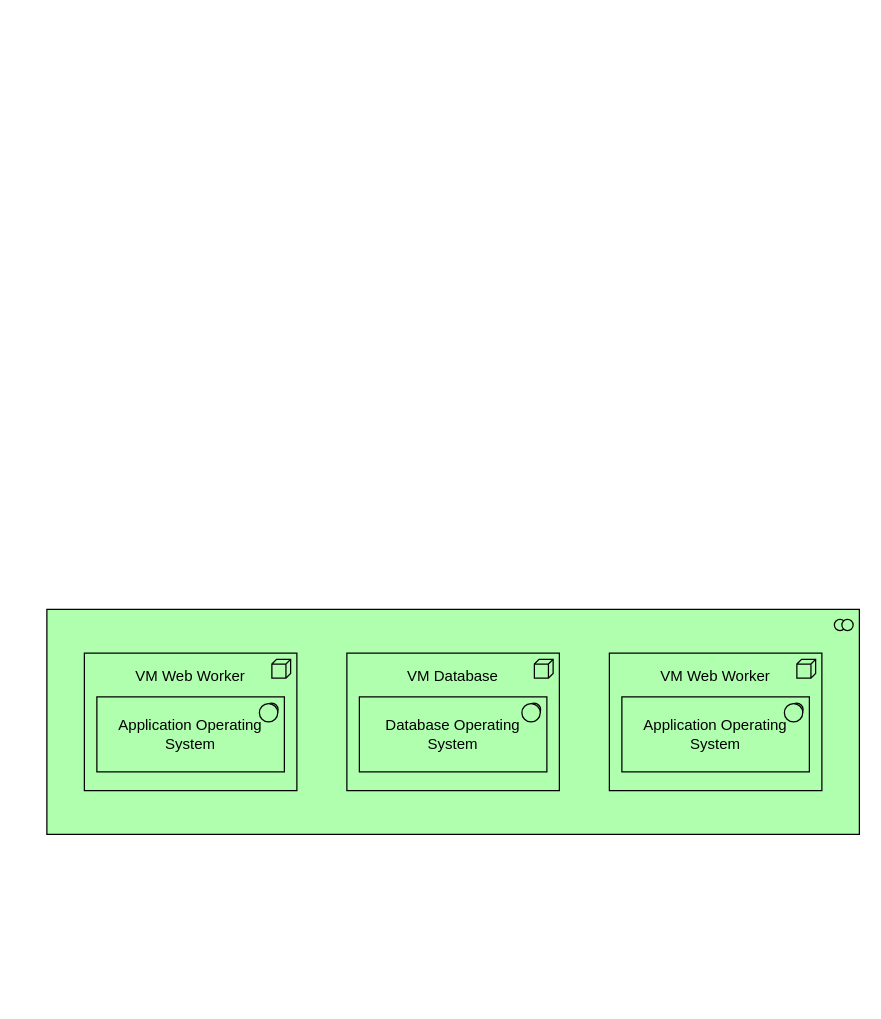
Above: input/l2/Thesis ADR.drawio in hi-dinanti/anc-ig-pwskia (draw.io), before the change. Source tidied: cells renumbered, new cells numbered last; positions are measured from the earlier drawing's top-left corner, leaving out a move shared by most shapes. Both pictures are drawn from the tidied source at 125%, with x=0, y=0 at pixel (46, 609).
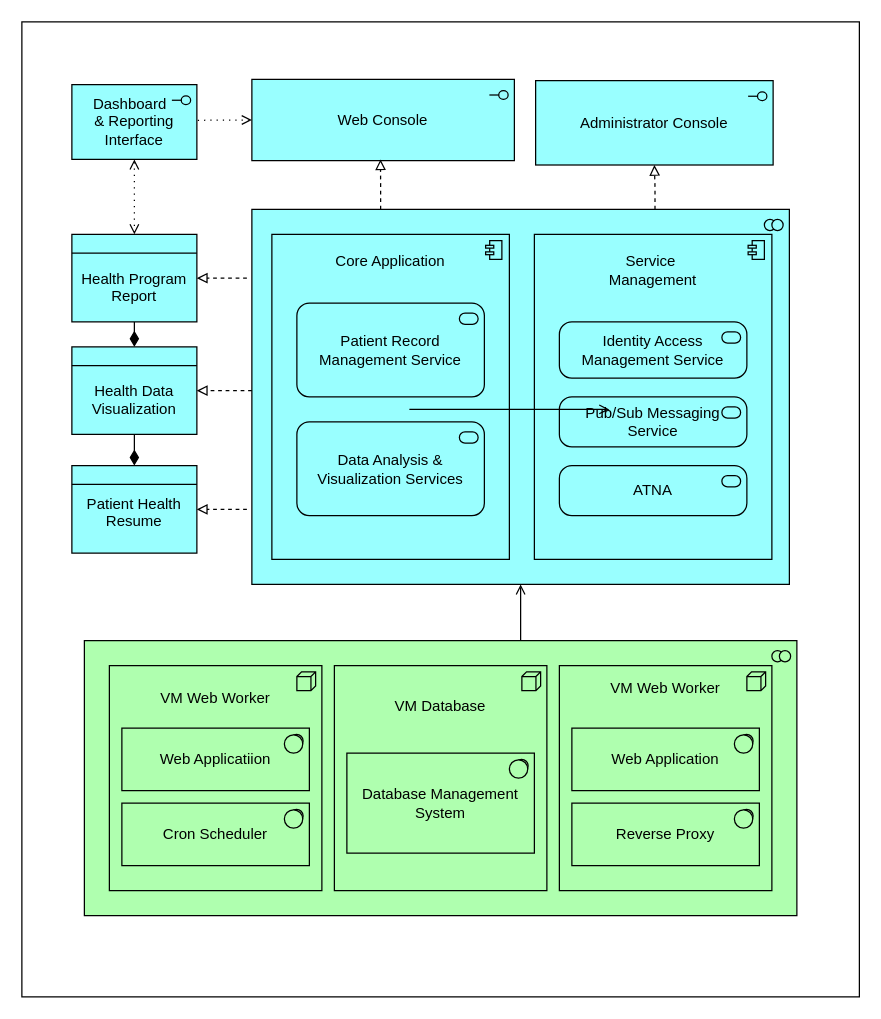
The same diagram, later.

Commit message:
archimate backup

Diff of the diagram source:
```diff
@@
+    <mxCell id="9" style="rounded=0;whiteSpace=wrap;html=1;" parent="1" vertex="1">
+      <mxGeometry x="-20" y="-470" width="670" height="780" as="geometry" />
+    </mxCell>
+    <mxCell id="10" style="html=1;outlineConnect=0;whiteSpace=wrap;fillColor=#99ffff;shape=mxgraph.archimate3.application;appType=collab;archiType=square;" parent="1" vertex="1">
+      <mxGeometry x="164" y="-320" width="430" height="300" as="geometry" />
+    </mxCell>
+    <mxCell id="11" value="Core Application&lt;div&gt;&lt;br&gt;&lt;/div&gt;&lt;div&gt;&lt;br&gt;&lt;/div&gt;&lt;div&gt;&lt;br&gt;&lt;/div&gt;&lt;div&gt;&lt;br&gt;&lt;/div&gt;&lt;div&gt;&lt;br&gt;&lt;/div&gt;&lt;div&gt;&lt;br&gt;&lt;/div&gt;&lt;div&gt;&lt;br&gt;&lt;/div&gt;&lt;div&gt;&lt;br&gt;&lt;/div&gt;&lt;div&gt;&lt;br&gt;&lt;/div&gt;&lt;div&gt;&lt;br&gt;&lt;/div&gt;&lt;div&gt;&lt;br&gt;&lt;/div&gt;&lt;div&gt;&lt;br&gt;&lt;/div&gt;&lt;div&gt;&lt;br&gt;&lt;/div&gt;&lt;div&gt;&lt;br&gt;&lt;/div&gt;&lt;div&gt;&lt;br&gt;&lt;/div&gt;" style="html=1;whiteSpace=wrap;fillColor=#99ffff;shape=mxgraph.archimate3.application;appType=comp;archiType=square;" parent="1" vertex="1">
+      <mxGeometry x="180" y="-300" width="190" height="260" as="geometry" />
+    </mxCell>
+    <mxCell id="12" value="Service&amp;nbsp;&lt;div&gt;Management&lt;div&gt;&lt;br&gt;&lt;/div&gt;&lt;div&gt;&lt;br&gt;&lt;/div&gt;&lt;div&gt;&lt;br&gt;&lt;/div&gt;&lt;div&gt;&lt;br&gt;&lt;/div&gt;&lt;div&gt;&lt;br&gt;&lt;/div&gt;&lt;div&gt;&lt;br&gt;&lt;/div&gt;&lt;div&gt;&lt;br&gt;&lt;div&gt;&lt;br&gt;&lt;/div&gt;&lt;div&gt;&lt;br&gt;&lt;/div&gt;&lt;div&gt;&lt;br&gt;&lt;/div&gt;&lt;/div&gt;&lt;/div&gt;&lt;div&gt;&lt;br&gt;&lt;/div&gt;&lt;div&gt;&lt;br&gt;&lt;/div&gt;&lt;div&gt;&lt;br&gt;&lt;/div&gt;&lt;div&gt;&lt;br&gt;&lt;/div&gt;" style="html=1;whiteSpace=wrap;fillColor=#99ffff;shape=mxgraph.archimate3.application;appType=comp;archiType=square;" parent="1" vertex="1">
+      <mxGeometry x="390" y="-300" width="190" height="260" as="geometry" />
+    </mxCell>
     <mxCell id="2" style="html=1;whiteSpace=wrap;fillColor=#AFFFAF;shape=mxgraph.archimate3.application;appType=collab;archiType=square;" parent="1" vertex="1">
-      <mxGeometry width="650" height="180" as="geometry" />
+      <mxGeometry x="30" y="25" width="570" height="220" as="geometry" />
     </mxCell>
-    <mxCell id="3" value="VM Web Worker&lt;div&gt;&lt;br&gt;&lt;/div&gt;&lt;div&gt;&lt;br&gt;&lt;/div&gt;&lt;div&gt;&lt;br&gt;&lt;/div&gt;&lt;div&gt;&lt;br&gt;&lt;/div&gt;&lt;div&gt;&lt;br&gt;&lt;/div&gt;" style="html=1;whiteSpace=wrap;fillColor=#AFFFAF;shape=mxgraph.archimate3.application;appType=node;archiType=square;" parent="1" vertex="1">
-      <mxGeometry x="30" y="35" width="170" height="110" as="geometry" />
+    <mxCell id="3" value="VM Web Worker&lt;div&gt;&lt;br&gt;&lt;/div&gt;&lt;div&gt;&lt;br&gt;&lt;/div&gt;&lt;div&gt;&lt;br&gt;&lt;div&gt;&lt;br&gt;&lt;/div&gt;&lt;div&gt;&lt;br&gt;&lt;/div&gt;&lt;div&gt;&lt;br&gt;&lt;/div&gt;&lt;div&gt;&lt;br&gt;&lt;/div&gt;&lt;div&gt;&lt;br&gt;&lt;/div&gt;&lt;div&gt;&lt;br&gt;&lt;/div&gt;&lt;/div&gt;" style="html=1;whiteSpace=wrap;fillColor=#AFFFAF;shape=mxgraph.archimate3.application;appType=node;archiType=square;" parent="1" vertex="1">
+      <mxGeometry x="50" y="45" width="170" height="180" as="geometry" />
     </mxCell>
-    <mxCell id="4" value="VM Database&lt;div&gt;&lt;br&gt;&lt;/div&gt;&lt;div&gt;&lt;br&gt;&lt;/div&gt;&lt;div&gt;&lt;br&gt;&lt;/div&gt;&lt;div&gt;&lt;br&gt;&lt;/div&gt;&lt;div&gt;&lt;br&gt;&lt;/div&gt;" style="html=1;whiteSpace=wrap;fillColor=#AFFFAF;shape=mxgraph.archimate3.application;appType=node;archiType=square;" parent="1" vertex="1">
-      <mxGeometry x="240" y="35" width="170" height="110" as="geometry" />
+    <mxCell id="4" value="VM Database&lt;div&gt;&lt;br&gt;&lt;/div&gt;&lt;div&gt;&lt;br&gt;&lt;/div&gt;&lt;div&gt;&lt;br&gt;&lt;div&gt;&lt;br&gt;&lt;/div&gt;&lt;div&gt;&lt;br&gt;&lt;/div&gt;&lt;div&gt;&lt;br&gt;&lt;/div&gt;&lt;div&gt;&lt;br&gt;&lt;/div&gt;&lt;div&gt;&lt;br&gt;&lt;/div&gt;&lt;/div&gt;" style="html=1;whiteSpace=wrap;fillColor=#AFFFAF;shape=mxgraph.archimate3.application;appType=node;archiType=square;" parent="1" vertex="1">
+      <mxGeometry x="230" y="45" width="170" height="180" as="geometry" />
     </mxCell>
-    <mxCell id="5" value="VM Web Worker&lt;div&gt;&lt;br&gt;&lt;/div&gt;&lt;div&gt;&lt;br&gt;&lt;/div&gt;&lt;div&gt;&lt;br&gt;&lt;/div&gt;&lt;div&gt;&lt;br&gt;&lt;/div&gt;&lt;div&gt;&lt;br&gt;&lt;/div&gt;" style="html=1;whiteSpace=wrap;fillColor=#AFFFAF;shape=mxgraph.archimate3.application;appType=node;archiType=square;" parent="1" vertex="1">
-      <mxGeometry x="450" y="35" width="170" height="110" as="geometry" />
+    <mxCell id="5" value="VM Web Worker&lt;div&gt;&lt;br&gt;&lt;/div&gt;&lt;div&gt;&lt;br&gt;&lt;div&gt;&lt;br&gt;&lt;/div&gt;&lt;div&gt;&lt;br&gt;&lt;/div&gt;&lt;div&gt;&lt;br&gt;&lt;div&gt;&lt;br&gt;&lt;/div&gt;&lt;div&gt;&lt;br&gt;&lt;/div&gt;&lt;div&gt;&lt;br&gt;&lt;/div&gt;&lt;div&gt;&lt;br&gt;&lt;/div&gt;&lt;div&gt;&lt;br&gt;&lt;/div&gt;&lt;/div&gt;&lt;/div&gt;" style="html=1;whiteSpace=wrap;fillColor=#AFFFAF;shape=mxgraph.archimate3.application;appType=node;archiType=square;" parent="1" vertex="1">
+      <mxGeometry x="410" y="45" width="170" height="180" as="geometry" />
     </mxCell>
-    <mxCell id="6" value="Application Operating System" style="html=1;whiteSpace=wrap;fillColor=#AFFFAF;shape=mxgraph.archimate3.application;appType=sysSw;archiType=square;" parent="1" vertex="1">
-      <mxGeometry x="40" y="70" width="150" height="60" as="geometry" />
+    <mxCell id="6" value="Web Applicatiion" style="html=1;whiteSpace=wrap;fillColor=#AFFFAF;shape=mxgraph.archimate3.application;appType=sysSw;archiType=square;" parent="1" vertex="1">
+      <mxGeometry x="60" y="95" width="150" height="50" as="geometry" />
     </mxCell>
-    <mxCell id="7" value="Application Operating System" style="html=1;whiteSpace=wrap;fillColor=#AFFFAF;shape=mxgraph.archimate3.application;appType=sysSw;archiType=square;" parent="1" vertex="1">
-      <mxGeometry x="460" y="70" width="150" height="60" as="geometry" />
+    <mxCell id="7" value="Web Application" style="html=1;whiteSpace=wrap;fillColor=#AFFFAF;shape=mxgraph.archimate3.application;appType=sysSw;archiType=square;" parent="1" vertex="1">
+      <mxGeometry x="420" y="95" width="150" height="50" as="geometry" />
     </mxCell>
-    <mxCell id="8" value="Database Operating System" style="html=1;whiteSpace=wrap;fillColor=#AFFFAF;shape=mxgraph.archimate3.application;appType=sysSw;archiType=square;" parent="1" vertex="1">
-      <mxGeometry x="250" y="70" width="150" height="60" as="geometry" />
+    <mxCell id="8" value="Database Management System" style="html=1;whiteSpace=wrap;fillColor=#AFFFAF;shape=mxgraph.archimate3.application;appType=sysSw;archiType=square;" parent="1" vertex="1">
+      <mxGeometry x="240" y="115" width="150" height="80" as="geometry" />
     </mxCell>
+    <mxCell id="13" value="Reverse Proxy" style="html=1;whiteSpace=wrap;fillColor=#AFFFAF;shape=mxgraph.archimate3.application;appType=sysSw;archiType=square;" parent="1" vertex="1">
+      <mxGeometry x="420" y="155" width="150" height="50" as="geometry" />
+    </mxCell>
+    <mxCell id="14" value="Cron Scheduler" style="html=1;whiteSpace=wrap;fillColor=#AFFFAF;shape=mxgraph.archimate3.application;appType=sysSw;archiType=square;" parent="1" vertex="1">
+      <mxGeometry x="60" y="155" width="150" height="50" as="geometry" />
+    </mxCell>
+    <mxCell id="15" value="Web Console" style="html=1;outlineConnect=0;whiteSpace=wrap;fillColor=#99ffff;shape=mxgraph.archimate3.application;appType=interface;archiType=square;" parent="1" vertex="1">
+      <mxGeometry x="164" y="-424" width="210" height="65" as="geometry" />
+    </mxCell>
+    <mxCell id="16" value="Identity Access Management Service" style="html=1;whiteSpace=wrap;fillColor=#99ffff;shape=mxgraph.archimate3.application;appType=serv;archiType=rounded;" parent="1" vertex="1">
+      <mxGeometry x="410" y="-230" width="150" height="45" as="geometry" />
+    </mxCell>
+    <mxCell id="17" value="Pub/Sub Messaging Service" style="html=1;outlineConnect=0;whiteSpace=wrap;fillColor=#99ffff;shape=mxgraph.archimate3.application;appType=serv;archiType=rounded;" parent="1" vertex="1">
+      <mxGeometry x="410" y="-170" width="150" height="40" as="geometry" />
+    </mxCell>
+    <mxCell id="18" value="Patient Record Management Service" style="html=1;whiteSpace=wrap;fillColor=#99ffff;shape=mxgraph.archimate3.application;appType=serv;archiType=rounded;" parent="1" vertex="1">
+      <mxGeometry x="200" y="-245" width="150" height="75" as="geometry" />
+    </mxCell>
+    <mxCell id="19" value="&lt;table cellpadding=&quot;0&quot; cellspacing=&quot;0&quot; style=&quot;font-size:1em;width:100%;height:100%;&quot;&gt;&lt;tbody&gt;&lt;tr style=&quot;height:20px;&quot;&gt;&lt;td align=&quot;center&quot;&gt;&lt;/td&gt;&lt;/tr&gt;&lt;tr&gt;&lt;td valign=&quot;top&quot; style=&quot;padding:4px;&quot;&gt;Patient Health Resume&lt;/td&gt;&lt;/tr&gt;&lt;/tbody&gt;&lt;/table&gt;" style="html=1;outlineConnect=0;whiteSpace=wrap;fillColor=#99ffff;shape=mxgraph.archimate3.businessObject;overflow=fill;" parent="1" vertex="1">
+      <mxGeometry x="20" y="-115" width="100" height="70" as="geometry" />
+    </mxCell>
+    <mxCell id="20" value="&lt;br&gt;&lt;div&gt;&lt;br&gt;&lt;/div&gt;&lt;div&gt;Health Data Visualization&lt;/div&gt;" style="html=1;outlineConnect=0;whiteSpace=wrap;fillColor=#99ffff;shape=mxgraph.archimate3.businessObject;overflow=fill;" parent="1" vertex="1">
+      <mxGeometry x="20" y="-210" width="100" height="70" as="geometry" />
+    </mxCell>
+    <mxCell id="21" value="Data Analysis &amp;amp; Visualization Services" style="html=1;whiteSpace=wrap;fillColor=#99ffff;shape=mxgraph.archimate3.application;appType=serv;archiType=rounded;" parent="1" vertex="1">
+      <mxGeometry x="200" y="-150" width="150" height="75" as="geometry" />
+    </mxCell>
+    <mxCell id="22" value="&lt;div&gt;&lt;br&gt;&lt;/div&gt;&lt;div&gt;&lt;br&gt;&lt;/div&gt;&lt;div&gt;Health Program Report&lt;/div&gt;" style="html=1;outlineConnect=0;whiteSpace=wrap;fillColor=#99ffff;shape=mxgraph.archimate3.businessObject;overflow=fill;" parent="1" vertex="1">
+      <mxGeometry x="20" y="-300" width="100" height="70" as="geometry" />
+    </mxCell>
+    <mxCell id="23" value="ATNA" style="html=1;whiteSpace=wrap;fillColor=#99ffff;shape=mxgraph.archimate3.application;appType=serv;archiType=rounded;" parent="1" vertex="1">
+      <mxGeometry x="410" y="-115" width="150" height="40" as="geometry" />
+    </mxCell>
+    <mxCell id="24" value="Administrator Console" style="html=1;outlineConnect=0;whiteSpace=wrap;fillColor=#99ffff;shape=mxgraph.archimate3.application;appType=interface;archiType=square;" parent="1" vertex="1">
+      <mxGeometry x="391" y="-423" width="190" height="67.5" as="geometry" />
+    </mxCell>
+    <mxCell id="25" style="edgeStyle=orthogonalEdgeStyle;rounded=0;orthogonalLoop=1;jettySize=auto;html=1;exitX=0.5;exitY=1;exitDx=0;exitDy=0;exitPerimeter=0;" parent="1" edge="1" source="17" target="17">
+      <mxGeometry relative="1" as="geometry" />
+    </mxCell>
+    <mxCell id="26" style="edgeStyle=elbowEdgeStyle;html=1;endArrow=block;elbow=vertical;endFill=0;dashed=1;rounded=0;entryX=1;entryY=0.5;entryDx=0;entryDy=0;entryPerimeter=0;" parent="1" edge="1" target="22">
+      <mxGeometry relative="1" as="geometry">
+        <mxPoint x="160" y="-265" as="sourcePoint" />
+      </mxGeometry>
+    </mxCell>
+    <mxCell id="27" style="edgeStyle=elbowEdgeStyle;html=1;endArrow=block;elbow=vertical;endFill=0;dashed=1;rounded=0;entryX=1;entryY=0.5;entryDx=0;entryDy=0;entryPerimeter=0;" parent="1" edge="1" target="19">
+      <mxGeometry relative="1" as="geometry">
+        <mxPoint x="160" y="-80" as="sourcePoint" />
+      </mxGeometry>
+    </mxCell>
+    <mxCell id="28" style="edgeStyle=elbowEdgeStyle;html=1;endArrow=block;elbow=vertical;endFill=0;dashed=1;rounded=0;entryX=1;entryY=0.5;entryDx=0;entryDy=0;entryPerimeter=0;" parent="1" edge="1" source="10" target="20">
+      <mxGeometry relative="1" as="geometry" />
+    </mxCell>
+    <mxCell id="29" style="edgeStyle=elbowEdgeStyle;html=1;endArrow=block;elbow=vertical;endFill=0;dashed=1;rounded=0;entryX=0.552;entryY=0.923;entryDx=0;entryDy=0;entryPerimeter=0;" parent="1" edge="1">
+      <mxGeometry relative="1" as="geometry">
+        <mxPoint x="267" y="-320" as="sourcePoint" />
+        <mxPoint x="266.9" y="-360" as="targetPoint" />
+      </mxGeometry>
+    </mxCell>
+    <mxCell id="30" style="edgeStyle=elbowEdgeStyle;html=1;endArrow=block;elbow=vertical;endFill=0;dashed=1;rounded=0;entryX=0.5;entryY=1;entryDx=0;entryDy=0;entryPerimeter=0;exitX=0.75;exitY=0;exitDx=0;exitDy=0;exitPerimeter=0;" parent="1" edge="1" source="10" target="24">
+      <mxGeometry relative="1" as="geometry" />
+    </mxCell>
+    <mxCell id="31" style="edgeStyle=elbowEdgeStyle;html=1;endArrow=open;elbow=vertical;endFill=1;rounded=0;" parent="1" edge="1">
+      <mxGeometry relative="1" as="geometry">
+        <mxPoint x="379" y="25" as="sourcePoint" />
+        <mxPoint x="379" y="-20" as="targetPoint" />
+      </mxGeometry>
+    </mxCell>
+    <mxCell id="32" style="edgeStyle=elbowEdgeStyle;html=1;endArrow=open;elbow=vertical;endFill=0;dashed=1;startArrow=open;startFill=0;dashPattern=1 4;rounded=0;exitX=0.5;exitY=1;exitDx=0;exitDy=0;exitPerimeter=0;entryX=0.5;entryY=0;entryDx=0;entryDy=0;entryPerimeter=0;" parent="1" edge="1" source="36" target="22">
+      <mxGeometry relative="1" as="geometry" />
+    </mxCell>
+    <mxCell id="33" style="html=1;startArrow=diamondThin;startFill=1;edgeStyle=elbowEdgeStyle;elbow=vertical;startSize=10;endArrow=none;endFill=0;rounded=0;exitX=0.5;exitY=0;exitDx=0;exitDy=0;exitPerimeter=0;" parent="1" edge="1" source="20">
+      <mxGeometry relative="1" as="geometry">
+        <mxPoint x="70" y="-230" as="targetPoint" />
+      </mxGeometry>
+    </mxCell>
+    <mxCell id="34" style="html=1;startArrow=diamondThin;startFill=1;edgeStyle=elbowEdgeStyle;elbow=vertical;startSize=10;endArrow=none;endFill=0;rounded=0;entryX=0.5;entryY=1;entryDx=0;entryDy=0;entryPerimeter=0;" parent="1" edge="1" source="19" target="20">
+      <mxGeometry relative="1" as="geometry" />
+    </mxCell>
+    <mxCell id="35" style="edgeStyle=elbowEdgeStyle;html=1;endArrow=open;elbow=vertical;endFill=0;dashed=1;startArrow=open;startFill=0;dashPattern=1 4;rounded=0;exitX=0;exitY=0.5;exitDx=0;exitDy=0;exitPerimeter=0;entryX=0.5;entryY=0;entryDx=0;entryDy=0;entryPerimeter=0;" parent="1" edge="1" source="15" target="36">
+      <mxGeometry relative="1" as="geometry">
+        <Array as="points">
+          <mxPoint x="110" y="-391" />
+        </Array>
+      </mxGeometry>
+    </mxCell>
+    <mxCell id="36" value="Dashboard&amp;nbsp;&amp;nbsp;&lt;div&gt;&amp;amp; Reporting Interface&lt;/div&gt;" style="html=1;outlineConnect=0;whiteSpace=wrap;fillColor=#99ffff;shape=mxgraph.archimate3.application;appType=interface;archiType=square;" parent="1" vertex="1">
+      <mxGeometry x="20" y="-419.8" width="100" height="59.8" as="geometry" />
+    </mxCell>
+    <mxCell id="37" style="edgeStyle=elbowEdgeStyle;html=1;endArrow=open;elbow=vertical;endFill=1;rounded=0;" parent="1" edge="1">
+      <mxGeometry relative="1" as="geometry">
+        <mxPoint x="290" y="-160" as="sourcePoint" />
+        <mxPoint x="450" y="-160" as="targetPoint" />
+      </mxGeometry>
+    </mxCell>
```
